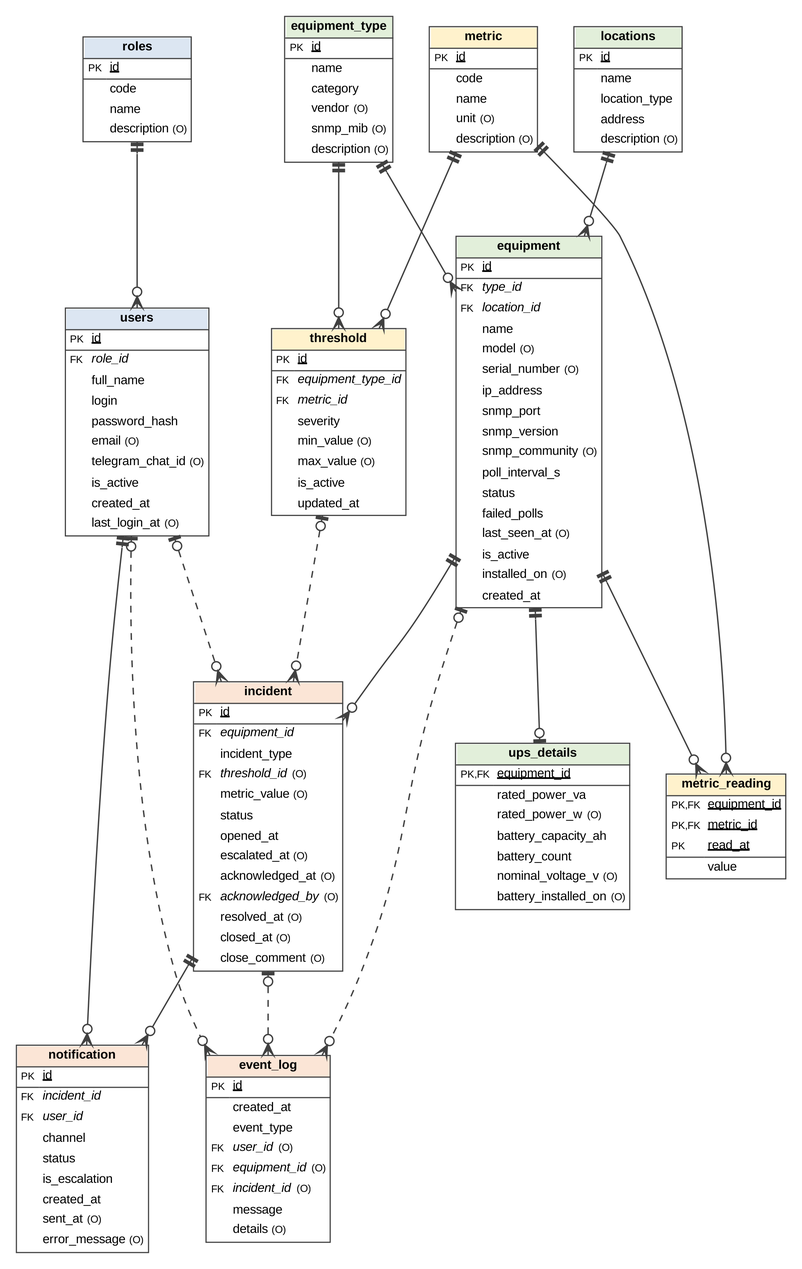
Above: docs/diagrams/03_logical_er.png in KrutoiPatsan13/laba1 (Graphviz), before the change. Its source is kept beside it as docs/diagrams/src/03_logical_er.dot.
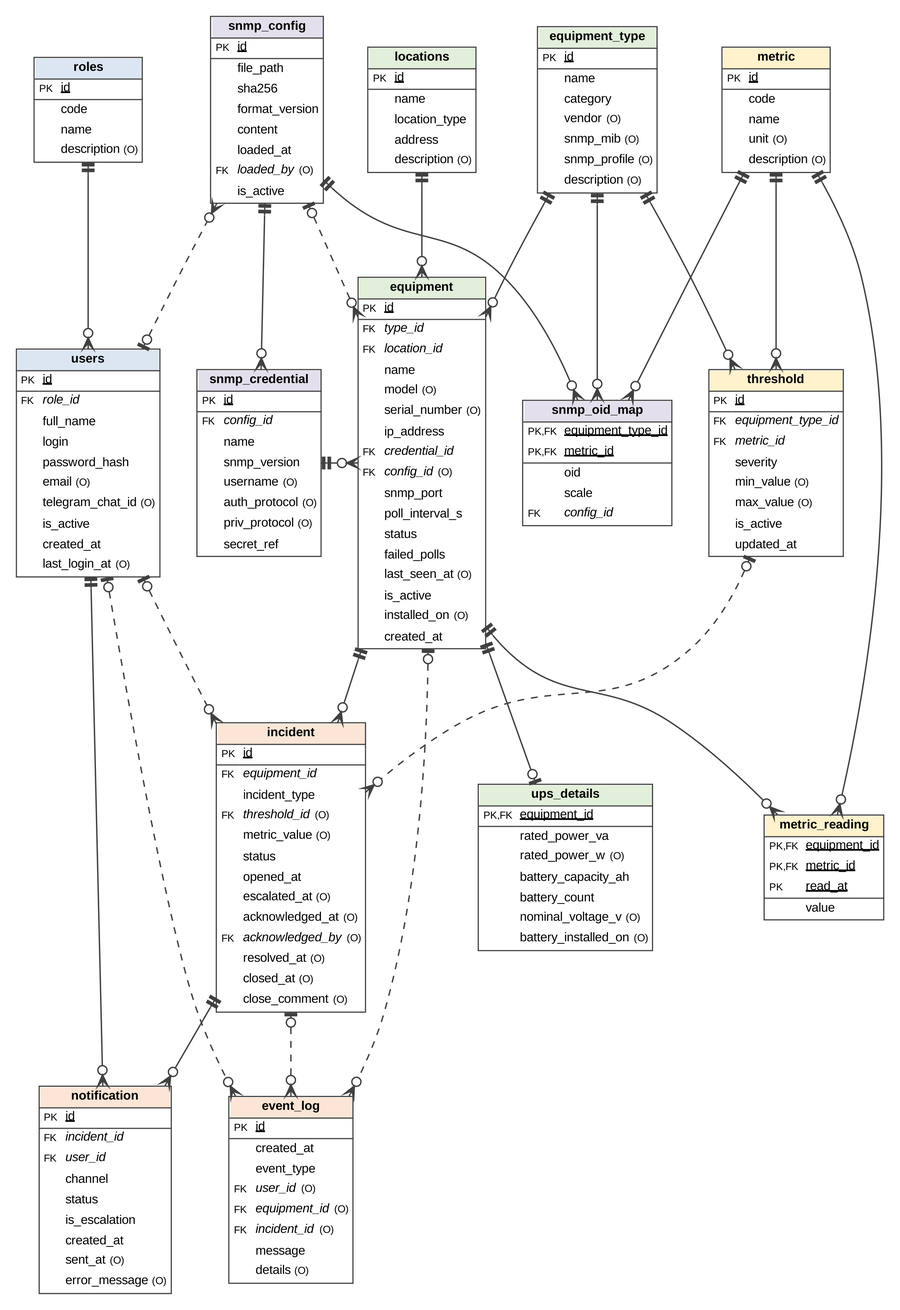
After the change.

Change to the diagram source:
```diff
@@ -5,9 +5,12 @@
   roles [label=<<TABLE BORDER="1" CELLBORDER="0" CELLSPACING="0" CELLPADDING="3" COLOR="#404040"><TR><TD COLSPAN="2" BGCOLOR="#DCE6F2" ALIGN="CENTER"><B>roles</B></TD></TR><HR/><TR><TD ALIGN="LEFT"><FONT POINT-SIZE="9">PK</FONT></TD><TD ALIGN="LEFT"><U>id</U></TD></TR><HR/><TR><TD ALIGN="LEFT"> </TD><TD ALIGN="LEFT">code</TD></TR><TR><TD ALIGN="LEFT"> </TD><TD ALIGN="LEFT">name</TD></TR><TR><TD ALIGN="LEFT"> </TD><TD ALIGN="LEFT">description <FONT POINT-SIZE="9">(O)</FONT></TD></TR></TABLE>>];
   users [label=<<TABLE BORDER="1" CELLBORDER="0" CELLSPACING="0" CELLPADDING="3" COLOR="#404040"><TR><TD COLSPAN="2" BGCOLOR="#DCE6F2" ALIGN="CENTER"><B>users</B></TD></TR><HR/><TR><TD ALIGN="LEFT"><FONT POINT-SIZE="9">PK</FONT></TD><TD ALIGN="LEFT"><U>id</U></TD></TR><HR/><TR><TD ALIGN="LEFT"><FONT POINT-SIZE="9">FK</FONT></TD><TD ALIGN="LEFT"><I>role_id</I></TD></TR><TR><TD ALIGN="LEFT"> </TD><TD ALIGN="LEFT">full_name</TD></TR><TR><TD ALIGN="LEFT"> </TD><TD ALIGN="LEFT">login</TD></TR><TR><TD ALIGN="LEFT"> </TD><TD ALIGN="LEFT">password_hash</TD></TR><TR><TD ALIGN="LEFT"> </TD><TD ALIGN="LEFT">email <FONT POINT-SIZE="9">(O)</FONT></TD></TR><TR><TD ALIGN="LEFT"> </TD><TD ALIGN="LEFT">telegram_chat_id <FONT POINT-SIZE="9">(O)</FONT></TD></TR><TR><TD ALIGN="LEFT"> </TD><TD ALIGN="LEFT">is_active</TD></TR><TR><TD ALIGN="LEFT"> </TD><TD ALIGN="LEFT">created_at</TD></TR><TR><TD ALIGN="LEFT"> </TD><TD ALIGN="LEFT">last_login_at <FONT POINT-SIZE="9">(O)</FONT></TD></TR></TABLE>>];
   locations [label=<<TABLE BORDER="1" CELLBORDER="0" CELLSPACING="0" CELLPADDING="3" COLOR="#404040"><TR><TD COLSPAN="2" BGCOLOR="#E2EFDA" ALIGN="CENTER"><B>locations</B></TD></TR><HR/><TR><TD ALIGN="LEFT"><FONT POINT-SIZE="9">PK</FONT></TD><TD ALIGN="LEFT"><U>id</U></TD></TR><HR/><TR><TD ALIGN="LEFT"> </TD><TD ALIGN="LEFT">name</TD></TR><TR><TD ALIGN="LEFT"> </TD><TD ALIGN="LEFT">location_type</TD></TR><TR><TD ALIGN="LEFT"> </TD><TD ALIGN="LEFT">address</TD></TR><TR><TD ALIGN="LEFT"> </TD><TD ALIGN="LEFT">description <FONT POINT-SIZE="9">(O)</FONT></TD></TR></TABLE>>];
-  equipment_type [label=<<TABLE BORDER="1" CELLBORDER="0" CELLSPACING="0" CELLPADDING="3" COLOR="#404040"><TR><TD COLSPAN="2" BGCOLOR="#E2EFDA" ALIGN="CENTER"><B>equipment_type</B></TD></TR><HR/><TR><TD ALIGN="LEFT"><FONT POINT-SIZE="9">PK</FONT></TD><TD ALIGN="LEFT"><U>id</U></TD></TR><HR/><TR><TD ALIGN="LEFT"> </TD><TD ALIGN="LEFT">name</TD></TR><TR><TD ALIGN="LEFT"> </TD><TD ALIGN="LEFT">category</TD></TR><TR><TD ALIGN="LEFT"> </TD><TD ALIGN="LEFT">vendor <FONT POINT-SIZE="9">(O)</FONT></TD></TR><TR><TD ALIGN="LEFT"> </TD><TD ALIGN="LEFT">snmp_mib <FONT POINT-SIZE="9">(O)</FONT></TD></TR><TR><TD ALIGN="LEFT"> </TD><TD ALIGN="LEFT">description <FONT POINT-SIZE="9">(O)</FONT></TD></TR></TABLE>>];
+  equipment_type [label=<<TABLE BORDER="1" CELLBORDER="0" CELLSPACING="0" CELLPADDING="3" COLOR="#404040"><TR><TD COLSPAN="2" BGCOLOR="#E2EFDA" ALIGN="CENTER"><B>equipment_type</B></TD></TR><HR/><TR><TD ALIGN="LEFT"><FONT POINT-SIZE="9">PK</FONT></TD><TD ALIGN="LEFT"><U>id</U></TD></TR><HR/><TR><TD ALIGN="LEFT"> </TD><TD ALIGN="LEFT">name</TD></TR><TR><TD ALIGN="LEFT"> </TD><TD ALIGN="LEFT">category</TD></TR><TR><TD ALIGN="LEFT"> </TD><TD ALIGN="LEFT">vendor <FONT POINT-SIZE="9">(O)</FONT></TD></TR><TR><TD ALIGN="LEFT"> </TD><TD ALIGN="LEFT">snmp_mib <FONT POINT-SIZE="9">(O)</FONT></TD></TR><TR><TD ALIGN="LEFT"> </TD><TD ALIGN="LEFT">snmp_profile <FONT POINT-SIZE="9">(O)</FONT></TD></TR><TR><TD ALIGN="LEFT"> </TD><TD ALIGN="LEFT">description <FONT POINT-SIZE="9">(O)</FONT></TD></TR></TABLE>>];
   metric [label=<<TABLE BORDER="1" CELLBORDER="0" CELLSPACING="0" CELLPADDING="3" COLOR="#404040"><TR><TD COLSPAN="2" BGCOLOR="#FFF2CC" ALIGN="CENTER"><B>metric</B></TD></TR><HR/><TR><TD ALIGN="LEFT"><FONT POINT-SIZE="9">PK</FONT></TD><TD ALIGN="LEFT"><U>id</U></TD></TR><HR/><TR><TD ALIGN="LEFT"> </TD><TD ALIGN="LEFT">code</TD></TR><TR><TD ALIGN="LEFT"> </TD><TD ALIGN="LEFT">name</TD></TR><TR><TD ALIGN="LEFT"> </TD><TD ALIGN="LEFT">unit <FONT POINT-SIZE="9">(O)</FONT></TD></TR><TR><TD ALIGN="LEFT"> </TD><TD ALIGN="LEFT">description <FONT POINT-SIZE="9">(O)</FONT></TD></TR></TABLE>>];
-  equipment [label=<<TABLE BORDER="1" CELLBORDER="0" CELLSPACING="0" CELLPADDING="3" COLOR="#404040"><TR><TD COLSPAN="2" BGCOLOR="#E2EFDA" ALIGN="CENTER"><B>equipment</B></TD></TR><HR/><TR><TD ALIGN="LEFT"><FONT POINT-SIZE="9">PK</FONT></TD><TD ALIGN="LEFT"><U>id</U></TD></TR><HR/><TR><TD ALIGN="LEFT"><FONT POINT-SIZE="9">FK</FONT></TD><TD ALIGN="LEFT"><I>type_id</I></TD></TR><TR><TD ALIGN="LEFT"><FONT POINT-SIZE="9">FK</FONT></TD><TD ALIGN="LEFT"><I>location_id</I></TD></TR><TR><TD ALIGN="LEFT"> </TD><TD ALIGN="LEFT">name</TD></TR><TR><TD ALIGN="LEFT"> </TD><TD ALIGN="LEFT">model <FONT POINT-SIZE="9">(O)</FONT></TD></TR><TR><TD ALIGN="LEFT"> </TD><TD ALIGN="LEFT">serial_number <FONT POINT-SIZE="9">(O)</FONT></TD></TR><TR><TD ALIGN="LEFT"> </TD><TD ALIGN="LEFT">ip_address</TD></TR><TR><TD ALIGN="LEFT"> </TD><TD ALIGN="LEFT">snmp_port</TD></TR><TR><TD ALIGN="LEFT"> </TD><TD ALIGN="LEFT">snmp_version</TD></TR><TR><TD ALIGN="LEFT"> </TD><TD ALIGN="LEFT">snmp_community <FONT POINT-SIZE="9">(O)</FONT></TD></TR><TR><TD ALIGN="LEFT"> </TD><TD ALIGN="LEFT">poll_interval_s</TD></TR><TR><TD ALIGN="LEFT"> </TD><TD ALIGN="LEFT">status</TD></TR><TR><TD ALIGN="LEFT"> </TD><TD ALIGN="LEFT">failed_polls</TD></TR><TR><TD ALIGN="LEFT"> </TD><TD ALIGN="LEFT">last_seen_at <FONT POINT-SIZE="9">(O)</FONT></TD></TR><TR><TD ALIGN="LEFT"> </TD><TD ALIGN="LEFT">is_active</TD></TR><TR><TD ALIGN="LEFT"> </TD><TD ALIGN="LEFT">installed_on <FONT POINT-SIZE="9">(O)</FONT></TD></TR><TR><TD ALIGN="LEFT"> </TD><TD ALIGN="LEFT">created_at</TD></TR></TABLE>>];
+  snmp_config [label=<<TABLE BORDER="1" CELLBORDER="0" CELLSPACING="0" CELLPADDING="3" COLOR="#404040"><TR><TD COLSPAN="2" BGCOLOR="#E4DFEC" ALIGN="CENTER"><B>snmp_config</B></TD></TR><HR/><TR><TD ALIGN="LEFT"><FONT POINT-SIZE="9">PK</FONT></TD><TD ALIGN="LEFT"><U>id</U></TD></TR><HR/><TR><TD ALIGN="LEFT"> </TD><TD ALIGN="LEFT">file_path</TD></TR><TR><TD ALIGN="LEFT"> </TD><TD ALIGN="LEFT">sha256</TD></TR><TR><TD ALIGN="LEFT"> </TD><TD ALIGN="LEFT">format_version</TD></TR><TR><TD ALIGN="LEFT"> </TD><TD ALIGN="LEFT">content</TD></TR><TR><TD ALIGN="LEFT"> </TD><TD ALIGN="LEFT">loaded_at</TD></TR><TR><TD ALIGN="LEFT"><FONT POINT-SIZE="9">FK</FONT></TD><TD ALIGN="LEFT"><I>loaded_by</I> <FONT POINT-SIZE="9">(O)</FONT></TD></TR><TR><TD ALIGN="LEFT"> </TD><TD ALIGN="LEFT">is_active</TD></TR></TABLE>>];
+  snmp_credential [label=<<TABLE BORDER="1" CELLBORDER="0" CELLSPACING="0" CELLPADDING="3" COLOR="#404040"><TR><TD COLSPAN="2" BGCOLOR="#E4DFEC" ALIGN="CENTER"><B>snmp_credential</B></TD></TR><HR/><TR><TD ALIGN="LEFT"><FONT POINT-SIZE="9">PK</FONT></TD><TD ALIGN="LEFT"><U>id</U></TD></TR><HR/><TR><TD ALIGN="LEFT"><FONT POINT-SIZE="9">FK</FONT></TD><TD ALIGN="LEFT"><I>config_id</I></TD></TR><TR><TD ALIGN="LEFT"> </TD><TD ALIGN="LEFT">name</TD></TR><TR><TD ALIGN="LEFT"> </TD><TD ALIGN="LEFT">snmp_version</TD></TR><TR><TD ALIGN="LEFT"> </TD><TD ALIGN="LEFT">username <FONT POINT-SIZE="9">(O)</FONT></TD></TR><TR><TD ALIGN="LEFT"> </TD><TD ALIGN="LEFT">auth_protocol <FONT POINT-SIZE="9">(O)</FONT></TD></TR><TR><TD ALIGN="LEFT"> </TD><TD ALIGN="LEFT">priv_protocol <FONT POINT-SIZE="9">(O)</FONT></TD></TR><TR><TD ALIGN="LEFT"> </TD><TD ALIGN="LEFT">secret_ref</TD></TR></TABLE>>];
+  snmp_oid_map [label=<<TABLE BORDER="1" CELLBORDER="0" CELLSPACING="0" CELLPADDING="3" COLOR="#404040"><TR><TD COLSPAN="2" BGCOLOR="#E4DFEC" ALIGN="CENTER"><B>snmp_oid_map</B></TD></TR><HR/><TR><TD ALIGN="LEFT"><FONT POINT-SIZE="9">PK,FK</FONT></TD><TD ALIGN="LEFT"><U>equipment_type_id</U></TD></TR><TR><TD ALIGN="LEFT"><FONT POINT-SIZE="9">PK,FK</FONT></TD><TD ALIGN="LEFT"><U>metric_id</U></TD></TR><HR/><TR><TD ALIGN="LEFT"> </TD><TD ALIGN="LEFT">oid</TD></TR><TR><TD ALIGN="LEFT"> </TD><TD ALIGN="LEFT">scale</TD></TR><TR><TD ALIGN="LEFT"><FONT POINT-SIZE="9">FK</FONT></TD><TD ALIGN="LEFT"><I>config_id</I></TD></TR></TABLE>>];
+  equipment [label=<<TABLE BORDER="1" CELLBORDER="0" CELLSPACING="0" CELLPADDING="3" COLOR="#404040"><TR><TD COLSPAN="2" BGCOLOR="#E2EFDA" ALIGN="CENTER"><B>equipment</B></TD></TR><HR/><TR><TD ALIGN="LEFT"><FONT POINT-SIZE="9">PK</FONT></TD><TD ALIGN="LEFT"><U>id</U></TD></TR><HR/><TR><TD ALIGN="LEFT"><FONT POINT-SIZE="9">FK</FONT></TD><TD ALIGN="LEFT"><I>type_id</I></TD></TR><TR><TD ALIGN="LEFT"><FONT POINT-SIZE="9">FK</FONT></TD><TD ALIGN="LEFT"><I>location_id</I></TD></TR><TR><TD ALIGN="LEFT"> </TD><TD ALIGN="LEFT">name</TD></TR><TR><TD ALIGN="LEFT"> </TD><TD ALIGN="LEFT">model <FONT POINT-SIZE="9">(O)</FONT></TD></TR><TR><TD ALIGN="LEFT"> </TD><TD ALIGN="LEFT">serial_number <FONT POINT-SIZE="9">(O)</FONT></TD></TR><TR><TD ALIGN="LEFT"> </TD><TD ALIGN="LEFT">ip_address</TD></TR><TR><TD ALIGN="LEFT"><FONT POINT-SIZE="9">FK</FONT></TD><TD ALIGN="LEFT"><I>credential_id</I></TD></TR><TR><TD ALIGN="LEFT"><FONT POINT-SIZE="9">FK</FONT></TD><TD ALIGN="LEFT"><I>config_id</I> <FONT POINT-SIZE="9">(O)</FONT></TD></TR><TR><TD ALIGN="LEFT"> </TD><TD ALIGN="LEFT">snmp_port</TD></TR><TR><TD ALIGN="LEFT"> </TD><TD ALIGN="LEFT">poll_interval_s</TD></TR><TR><TD ALIGN="LEFT"> </TD><TD ALIGN="LEFT">status</TD></TR><TR><TD ALIGN="LEFT"> </TD><TD ALIGN="LEFT">failed_polls</TD></TR><TR><TD ALIGN="LEFT"> </TD><TD ALIGN="LEFT">last_seen_at <FONT POINT-SIZE="9">(O)</FONT></TD></TR><TR><TD ALIGN="LEFT"> </TD><TD ALIGN="LEFT">is_active</TD></TR><TR><TD ALIGN="LEFT"> </TD><TD ALIGN="LEFT">installed_on <FONT POINT-SIZE="9">(O)</FONT></TD></TR><TR><TD ALIGN="LEFT"> </TD><TD ALIGN="LEFT">created_at</TD></TR></TABLE>>];
   ups_details [label=<<TABLE BORDER="1" CELLBORDER="0" CELLSPACING="0" CELLPADDING="3" COLOR="#404040"><TR><TD COLSPAN="2" BGCOLOR="#E2EFDA" ALIGN="CENTER"><B>ups_details</B></TD></TR><HR/><TR><TD ALIGN="LEFT"><FONT POINT-SIZE="9">PK,FK</FONT></TD><TD ALIGN="LEFT"><U>equipment_id</U></TD></TR><HR/><TR><TD ALIGN="LEFT"> </TD><TD ALIGN="LEFT">rated_power_va</TD></TR><TR><TD ALIGN="LEFT"> </TD><TD ALIGN="LEFT">rated_power_w <FONT POINT-SIZE="9">(O)</FONT></TD></TR><TR><TD ALIGN="LEFT"> </TD><TD ALIGN="LEFT">battery_capacity_ah</TD></TR><TR><TD ALIGN="LEFT"> </TD><TD ALIGN="LEFT">battery_count</TD></TR><TR><TD ALIGN="LEFT"> </TD><TD ALIGN="LEFT">nominal_voltage_v <FONT POINT-SIZE="9">(O)</FONT></TD></TR><TR><TD ALIGN="LEFT"> </TD><TD ALIGN="LEFT">battery_installed_on <FONT POINT-SIZE="9">(O)</FONT></TD></TR></TABLE>>];
   threshold [label=<<TABLE BORDER="1" CELLBORDER="0" CELLSPACING="0" CELLPADDING="3" COLOR="#404040"><TR><TD COLSPAN="2" BGCOLOR="#FFF2CC" ALIGN="CENTER"><B>threshold</B></TD></TR><HR/><TR><TD ALIGN="LEFT"><FONT POINT-SIZE="9">PK</FONT></TD><TD ALIGN="LEFT"><U>id</U></TD></TR><HR/><TR><TD ALIGN="LEFT"><FONT POINT-SIZE="9">FK</FONT></TD><TD ALIGN="LEFT"><I>equipment_type_id</I></TD></TR><TR><TD ALIGN="LEFT"><FONT POINT-SIZE="9">FK</FONT></TD><TD ALIGN="LEFT"><I>metric_id</I></TD></TR><TR><TD ALIGN="LEFT"> </TD><TD ALIGN="LEFT">severity</TD></TR><TR><TD ALIGN="LEFT"> </TD><TD ALIGN="LEFT">min_value <FONT POINT-SIZE="9">(O)</FONT></TD></TR><TR><TD ALIGN="LEFT"> </TD><TD ALIGN="LEFT">max_value <FONT POINT-SIZE="9">(O)</FONT></TD></TR><TR><TD ALIGN="LEFT"> </TD><TD ALIGN="LEFT">is_active</TD></TR><TR><TD ALIGN="LEFT"> </TD><TD ALIGN="LEFT">updated_at</TD></TR></TABLE>>];
   metric_reading [label=<<TABLE BORDER="1" CELLBORDER="0" CELLSPACING="0" CELLPADDING="3" COLOR="#404040"><TR><TD COLSPAN="2" BGCOLOR="#FFF2CC" ALIGN="CENTER"><B>metric_reading</B></TD></TR><HR/><TR><TD ALIGN="LEFT"><FONT POINT-SIZE="9">PK,FK</FONT></TD><TD ALIGN="LEFT"><U>equipment_id</U></TD></TR><TR><TD ALIGN="LEFT"><FONT POINT-SIZE="9">PK,FK</FONT></TD><TD ALIGN="LEFT"><U>metric_id</U></TD></TR><TR><TD ALIGN="LEFT"><FONT POINT-SIZE="9">PK</FONT></TD><TD ALIGN="LEFT"><U>read_at</U></TD></TR><HR/><TR><TD ALIGN="LEFT"> </TD><TD ALIGN="LEFT">value</TD></TR></TABLE>>];
@@ -15,6 +18,13 @@
   notification [label=<<TABLE BORDER="1" CELLBORDER="0" CELLSPACING="0" CELLPADDING="3" COLOR="#404040"><TR><TD COLSPAN="2" BGCOLOR="#FBE5D6" ALIGN="CENTER"><B>notification</B></TD></TR><HR/><TR><TD ALIGN="LEFT"><FONT POINT-SIZE="9">PK</FONT></TD><TD ALIGN="LEFT"><U>id</U></TD></TR><HR/><TR><TD ALIGN="LEFT"><FONT POINT-SIZE="9">FK</FONT></TD><TD ALIGN="LEFT"><I>incident_id</I></TD></TR><TR><TD ALIGN="LEFT"><FONT POINT-SIZE="9">FK</FONT></TD><TD ALIGN="LEFT"><I>user_id</I></TD></TR><TR><TD ALIGN="LEFT"> </TD><TD ALIGN="LEFT">channel</TD></TR><TR><TD ALIGN="LEFT"> </TD><TD ALIGN="LEFT">status</TD></TR><TR><TD ALIGN="LEFT"> </TD><TD ALIGN="LEFT">is_escalation</TD></TR><TR><TD ALIGN="LEFT"> </TD><TD ALIGN="LEFT">created_at</TD></TR><TR><TD ALIGN="LEFT"> </TD><TD ALIGN="LEFT">sent_at <FONT POINT-SIZE="9">(O)</FONT></TD></TR><TR><TD ALIGN="LEFT"> </TD><TD ALIGN="LEFT">error_message <FONT POINT-SIZE="9">(O)</FONT></TD></TR></TABLE>>];
   event_log [label=<<TABLE BORDER="1" CELLBORDER="0" CELLSPACING="0" CELLPADDING="3" COLOR="#404040"><TR><TD COLSPAN="2" BGCOLOR="#FBE5D6" ALIGN="CENTER"><B>event_log</B></TD></TR><HR/><TR><TD ALIGN="LEFT"><FONT POINT-SIZE="9">PK</FONT></TD><TD ALIGN="LEFT"><U>id</U></TD></TR><HR/><TR><TD ALIGN="LEFT"> </TD><TD ALIGN="LEFT">created_at</TD></TR><TR><TD ALIGN="LEFT"> </TD><TD ALIGN="LEFT">event_type</TD></TR><TR><TD ALIGN="LEFT"><FONT POINT-SIZE="9">FK</FONT></TD><TD ALIGN="LEFT"><I>user_id</I> <FONT POINT-SIZE="9">(O)</FONT></TD></TR><TR><TD ALIGN="LEFT"><FONT POINT-SIZE="9">FK</FONT></TD><TD ALIGN="LEFT"><I>equipment_id</I> <FONT POINT-SIZE="9">(O)</FONT></TD></TR><TR><TD ALIGN="LEFT"><FONT POINT-SIZE="9">FK</FONT></TD><TD ALIGN="LEFT"><I>incident_id</I> <FONT POINT-SIZE="9">(O)</FONT></TD></TR><TR><TD ALIGN="LEFT"> </TD><TD ALIGN="LEFT">message</TD></TR><TR><TD ALIGN="LEFT"> </TD><TD ALIGN="LEFT">details <FONT POINT-SIZE="9">(O)</FONT></TD></TR></TABLE>>];
   roles -> users [arrowtail=teetee, arrowhead=crowodot, style=solid];
+  users -> snmp_config [arrowtail=teeodot, arrowhead=crowodot, style=dashed];
+  snmp_config -> snmp_credential [arrowtail=teetee, arrowhead=crowodot, style=solid];
+  snmp_config -> snmp_oid_map [arrowtail=teetee, arrowhead=crowodot, style=solid];
+  metric -> snmp_oid_map [arrowtail=teetee, arrowhead=crowodot, style=solid];
+  equipment_type -> snmp_oid_map [arrowtail=teetee, arrowhead=crowodot, style=solid];
+  snmp_config -> equipment [arrowtail=teeodot, arrowhead=crowodot, style=dashed];
+  snmp_credential -> equipment [arrowtail=teetee, arrowhead=crowodot, style=solid];
   locations -> equipment [arrowtail=teetee, arrowhead=crowodot, style=solid];
   equipment_type -> equipment [arrowtail=teetee, arrowhead=crowodot, style=solid];
   equipment -> ups_details [arrowtail=teetee, arrowhead=teeodot, style=solid];
@@ -30,4 +40,8 @@
   equipment -> event_log [arrowtail=teeodot, arrowhead=crowodot, style=dashed];
   incident -> event_log [arrowtail=teeodot, arrowhead=crowodot, style=dashed];
   users -> event_log [arrowtail=teeodot, arrowhead=crowodot, style=dashed];
+  { rank=same; roles; locations; equipment_type; metric; snmp_config; }
+  { rank=same; users; snmp_credential; equipment; threshold; snmp_oid_map; }
+  { rank=same; ups_details; metric_reading; incident; }
+  { rank=same; notification; event_log; }
 }
```
